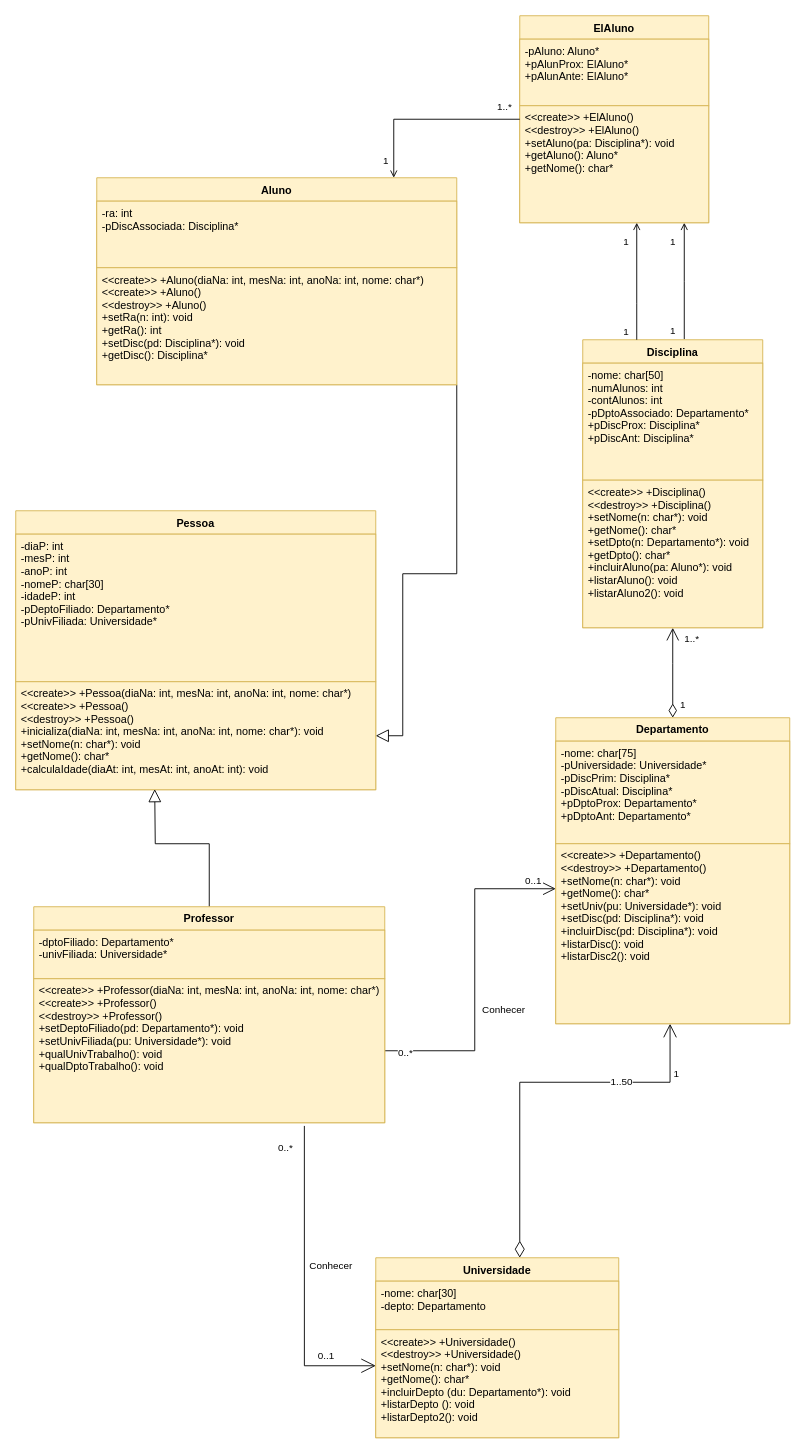
Above: uml/sistema_academico.drawio in daniapc/tecprog-sistema-academico (draw.io), before the change. Source tidied: cells renumbered, new cells numbered last; positions are measured from the earlier drawing's top-left corner, leaving out a move shared by most shapes. Both pictures are drawn from the tidied source at 90%, with x=0, y=0 at pixel (15, 15).
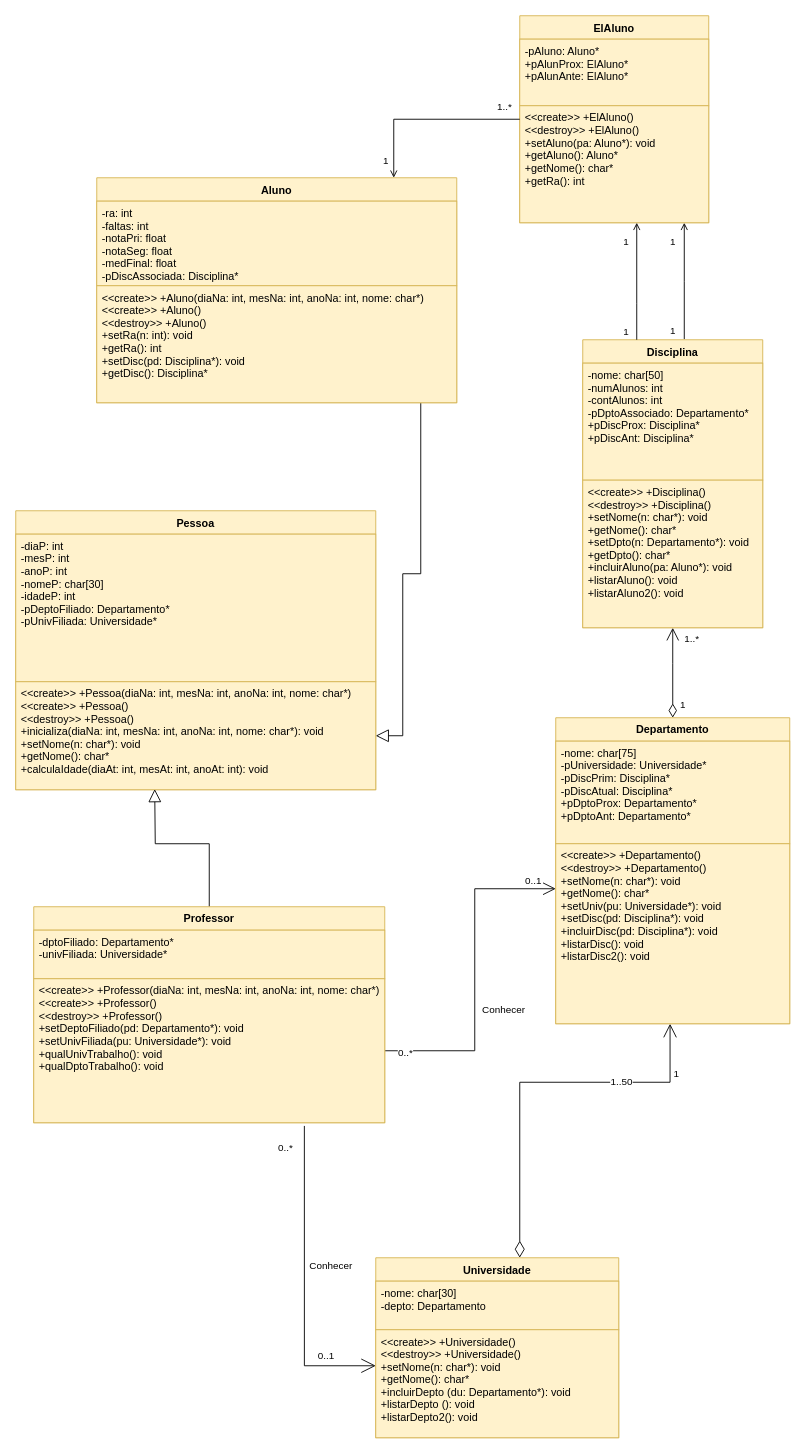
The same page after the edit.

Unchanged cells that the change refers to:
```xml
<mxCell id="4" value="&lt;&lt;create&gt;&gt; +Pessoa(diaNa: int, mesNa: int, anoNa: int, nome: char*)&#10;&lt;&lt;create&gt;&gt; +Pessoa()&#10;&lt;&lt;destroy&gt;&gt; +Pessoa()&#10;+inicializa(diaNa: int, mesNa: int, anoNa: int, nome: char*): void&#10;+setNome(n: char*): void&#10;+getNome(): char*&#10;+calculaIdade(diaAt: int, mesAt: int, anoAt: int): void&#10;&#10;" style="text;strokeColor=#d6b656;fillColor=#fff2cc;align=left;verticalAlign=top;spacingLeft=4;spacingRight=4;overflow=hidden;points=[[0,0.5],[1,0.5]];portConstraint=eastwest;" parent="2" vertex="1">
  <mxGeometry y="190" width="400" height="120" as="geometry" />
</mxCell>
<mxCell id="39" value="ElAluno" style="swimlane;fontStyle=1;align=center;verticalAlign=top;horizontal=1;startSize=26;rounded=0;fillColor=#fff2cc;strokeColor=#d6b656;" parent="1" vertex="1">
  <mxGeometry x="560" width="210" height="230" as="geometry" />
</mxCell>
```

Diff of the diagram source:
```diff
@@
     <mxCell id="29" style="edgeStyle=orthogonalEdgeStyle;rounded=0;jettySize=auto;html=1;endArrow=block;endFill=0;endSize=12;" parent="1" edge="1" source="33" target="4">
       <mxGeometry relative="1" as="geometry">
         <Array as="points">
-          <mxPoint x="490" y="620" />
+          <mxPoint x="450" y="620" />
           <mxPoint x="430" y="620" />
           <mxPoint x="430" y="800" />
         </Array>
       </mxGeometry>
     </mxCell>
@@
     <mxCell id="33" value="Aluno" style="swimlane;fontStyle=1;align=center;verticalAlign=top;horizontal=1;startSize=26;rounded=0;fillColor=#fff2cc;strokeColor=#d6b656;" parent="1" vertex="1">
-      <mxGeometry x="90" y="180" width="400" height="230" as="geometry" />
+      <mxGeometry x="90" y="180" width="400" height="250" as="geometry" />
     </mxCell>
-    <mxCell id="34" value="-ra: int&#10;-pDiscAssociada: Disciplina*&#10;" style="text;strokeColor=#d6b656;fillColor=#fff2cc;align=left;verticalAlign=top;spacingLeft=4;spacingRight=4;overflow=hidden;" parent="33" vertex="1">
-      <mxGeometry y="26" width="400" height="74" as="geometry" />
+    <mxCell id="34" value="-ra: int&#10;-faltas: int&#10;-notaPri: float&#10;-notaSeg: float&#10;-medFinal: float&#10;-pDiscAssociada: Disciplina*&#10;" style="text;strokeColor=#d6b656;fillColor=#fff2cc;align=left;verticalAlign=top;spacingLeft=4;spacingRight=4;overflow=hidden;" parent="33" vertex="1">
+      <mxGeometry y="26" width="400" height="94" as="geometry" />
     </mxCell>
     <mxCell id="35" value="&lt;&lt;create&gt;&gt; +Aluno(diaNa: int, mesNa: int, anoNa: int, nome: char*)&#10;&lt;&lt;create&gt;&gt; +Aluno()&#10;&lt;&lt;destroy&gt;&gt; +Aluno()&#10;+setRa(n: int): void&#10;+getRa(): int&#10;+setDisc(pd: Disciplina*): void&#10;+getDisc(): Disciplina*" style="text;strokeColor=#d6b656;fillColor=#fff2cc;align=left;verticalAlign=top;spacingLeft=4;spacingRight=4;overflow=hidden;" parent="33" vertex="1">
-      <mxGeometry y="100" width="400" height="130" as="geometry" />
+      <mxGeometry y="120" width="400" height="130" as="geometry" />
     </mxCell>
@@
-    <mxCell id="41" value="&lt;&lt;create&gt;&gt; +ElAluno()&#10;&lt;&lt;destroy&gt;&gt; +ElAluno()&#10;+setAluno(pa: Disciplina*): void&#10;+getAluno(): Aluno*&#10;+getNome(): char*" style="text;strokeColor=#d6b656;fillColor=#fff2cc;align=left;verticalAlign=top;spacingLeft=4;spacingRight=4;overflow=hidden;points=[[0,0.5],[1,0.5]];portConstraint=eastwest;" parent="39" vertex="1">
+    <mxCell id="41" value="&lt;&lt;create&gt;&gt; +ElAluno()&#10;&lt;&lt;destroy&gt;&gt; +ElAluno()&#10;+setAluno(pa: Aluno*): void&#10;+getAluno(): Aluno*&#10;+getNome(): char*&#10;+getRa(): int" style="text;strokeColor=#d6b656;fillColor=#fff2cc;align=left;verticalAlign=top;spacingLeft=4;spacingRight=4;overflow=hidden;points=[[0,0.5],[1,0.5]];portConstraint=eastwest;" parent="39" vertex="1">
       <mxGeometry y="100" width="210" height="130" as="geometry" />
     </mxCell>
```
